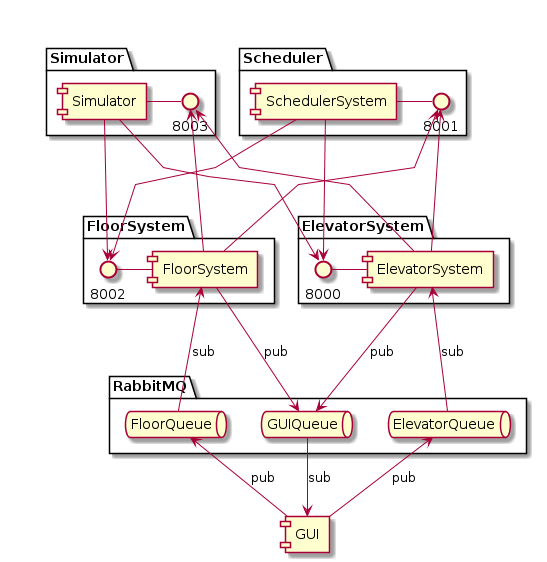
Above: doc/diagrams/ClassDiagrams/componentDiagram.png in JoshuaSFryer/3303-L4G5 (PlantUML), before the change.
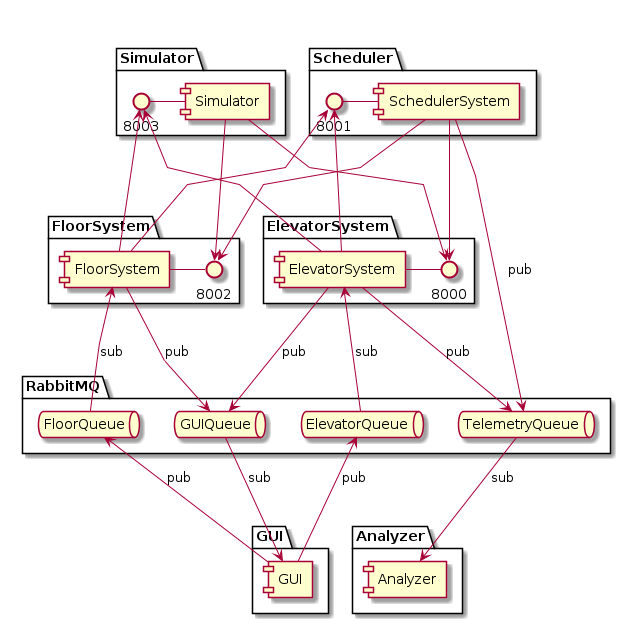
Above is the later version.

What changed in the source:
```diff
@@ -37,12 +37,22 @@
 
 }
 
+together {
+package "GUI"{
+  component GUI as guii
+}
+package "Analyzer"{
+  component Analyzer as anal
+}
+}
+
 
 
 package "RabbitMQ"{
   queue "ElevatorQueue"
   queue "FloorQueue"
   queue "GUIQueue"
+  queue "TelemetryQueue"
 
   FloorQueue -[hidden]> ElevatorQueue
 
@@ -57,13 +67,18 @@
 sim --> PEl
 el -> PSi
 
+SchedulerSystem --> TelemetryQueue: pub
+el --> TelemetryQueue: pub
+
+TelemetryQueue --> anal: sub
+
 el --> GUIQueue: pub
 el <-- ElevatorQueue: sub
 fl --> GUIQueue : pub
 fl <-- FloorQueue : sub
-GUIQueue --> GUI : sub
-FloorQueue <-- GUI : pub
-ElevatorQueue <-- GUI: pub
+GUIQueue --> guii : sub
+FloorQueue <-- guii : pub
+ElevatorQueue <-- guii: pub
 
 
 
```
